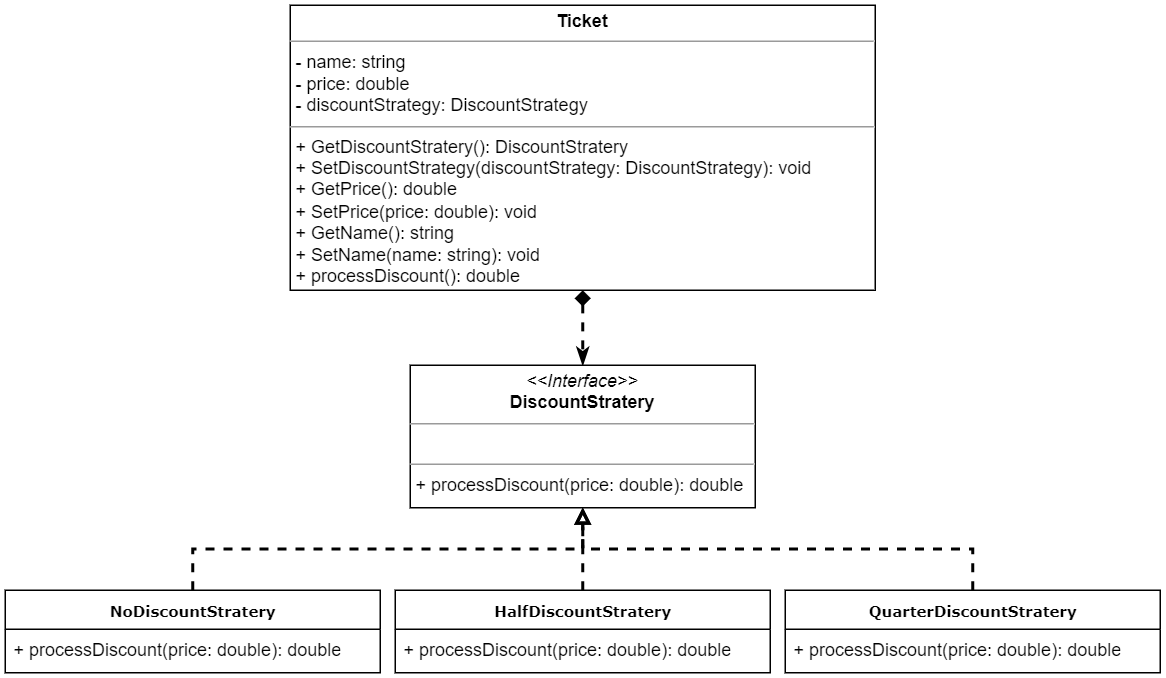
Earlier version of the draw.io export Strategy/Strategy_UML.png (PQD-11/Images). Source tidied: cells renumbered, new cells last; positions are measured from the earlier drawing's top-left corner, leaving out a move shared by most shapes.
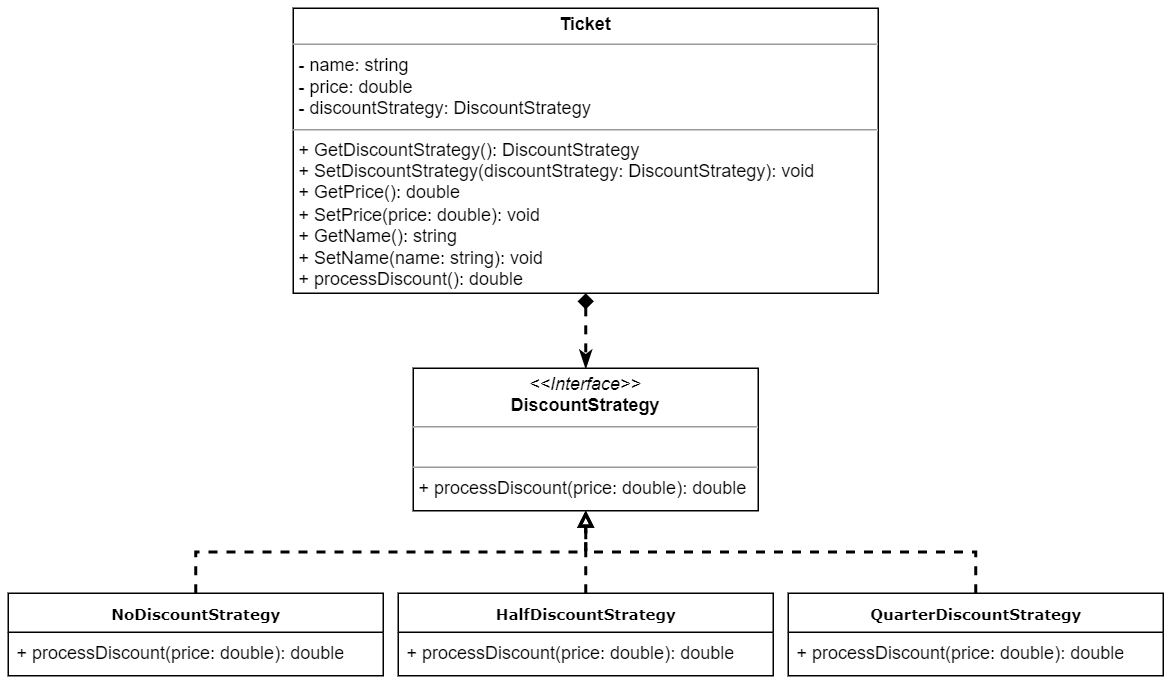
Above is the later version.

Change to the diagram source:
```diff
@@ -5,16 +5,16 @@
     <mxCell id="2" style="edgeStyle=orthogonalEdgeStyle;jettySize=auto;html=1;exitX=0.5;exitY=1;exitDx=0;exitDy=0;entryX=0.5;entryY=0;entryDx=0;entryDy=0;rounded=0;endArrow=classicThin;endFill=1;startArrow=diamond;startFill=1;strokeWidth=2;dashed=1;" parent="1" edge="1" source="3" target="4">
       <mxGeometry relative="1" as="geometry" />
     </mxCell>
-    <mxCell id="3" value="&lt;p style=&quot;margin:0px;margin-top:4px;text-align:center;&quot;&gt;&lt;b style=&quot;&quot;&gt;Ticket&lt;/b&gt;&lt;/p&gt;&lt;hr size=&quot;1&quot;&gt;&lt;p style=&quot;margin:0px;margin-left:4px;&quot;&gt;- name: string&lt;/p&gt;&lt;p style=&quot;margin:0px;margin-left:4px;&quot;&gt;- price: double&lt;/p&gt;&lt;p style=&quot;margin:0px;margin-left:4px;&quot;&gt;- discountStrategy: DiscountStrategy&lt;/p&gt;&lt;hr size=&quot;1&quot;&gt;&lt;p style=&quot;margin:0px;margin-left:4px;&quot;&gt;+ GetDiscountStratery(): DiscountStratery&lt;/p&gt;&lt;p style=&quot;margin:0px;margin-left:4px;&quot;&gt;+ SetDiscountStrategy(discountStrategy: DiscountStrategy&lt;span style=&quot;background-color: initial;&quot;&gt;): void&lt;/span&gt;&lt;/p&gt;&lt;p style=&quot;margin:0px;margin-left:4px;&quot;&gt;&lt;span style=&quot;background-color: initial;&quot;&gt;+ GetPrice(): double&lt;/span&gt;&lt;/p&gt;&lt;p style=&quot;margin:0px;margin-left:4px;&quot;&gt;&lt;span style=&quot;background-color: initial;&quot;&gt;+ SetPrice(price: double): void&lt;/span&gt;&lt;/p&gt;&lt;p style=&quot;margin:0px;margin-left:4px;&quot;&gt;&lt;span style=&quot;background-color: initial;&quot;&gt;+ GetName(): string&amp;nbsp;&lt;/span&gt;&lt;/p&gt;&lt;p style=&quot;margin:0px;margin-left:4px;&quot;&gt;&lt;span style=&quot;background-color: initial;&quot;&gt;+ SetName(name: string): void&lt;/span&gt;&lt;/p&gt;&lt;p style=&quot;margin:0px;margin-left:4px;&quot;&gt;&lt;span style=&quot;background-color: initial;&quot;&gt;+ processDiscount(): double&lt;/span&gt;&lt;/p&gt;&lt;div&gt;&lt;br&gt;&lt;/div&gt;" style="verticalAlign=top;align=left;overflow=fill;fontSize=12;fontFamily=Helvetica;html=1;rounded=0;shadow=0;comic=0;labelBackgroundColor=none;strokeWidth=1;" parent="1" vertex="1">
+    <mxCell id="3" value="&lt;p style=&quot;margin:0px;margin-top:4px;text-align:center;&quot;&gt;&lt;b style=&quot;&quot;&gt;Ticket&lt;/b&gt;&lt;/p&gt;&lt;hr size=&quot;1&quot;&gt;&lt;p style=&quot;margin:0px;margin-left:4px;&quot;&gt;- name: string&lt;/p&gt;&lt;p style=&quot;margin:0px;margin-left:4px;&quot;&gt;- price: double&lt;/p&gt;&lt;p style=&quot;margin:0px;margin-left:4px;&quot;&gt;- discountStrategy: DiscountStrategy&lt;/p&gt;&lt;hr size=&quot;1&quot;&gt;&lt;p style=&quot;margin:0px;margin-left:4px;&quot;&gt;+ GetDiscountStrategy(): DiscountStrategy&lt;/p&gt;&lt;p style=&quot;margin:0px;margin-left:4px;&quot;&gt;+ SetDiscountStrategy(discountStrategy: DiscountStrategy&lt;span style=&quot;background-color: initial;&quot;&gt;): void&lt;/span&gt;&lt;/p&gt;&lt;p style=&quot;margin:0px;margin-left:4px;&quot;&gt;&lt;span style=&quot;background-color: initial;&quot;&gt;+ GetPrice(): double&lt;/span&gt;&lt;/p&gt;&lt;p style=&quot;margin:0px;margin-left:4px;&quot;&gt;&lt;span style=&quot;background-color: initial;&quot;&gt;+ SetPrice(price: double): void&lt;/span&gt;&lt;/p&gt;&lt;p style=&quot;margin:0px;margin-left:4px;&quot;&gt;&lt;span style=&quot;background-color: initial;&quot;&gt;+ GetName(): string&amp;nbsp;&lt;/span&gt;&lt;/p&gt;&lt;p style=&quot;margin:0px;margin-left:4px;&quot;&gt;&lt;span style=&quot;background-color: initial;&quot;&gt;+ SetName(name: string): void&lt;/span&gt;&lt;/p&gt;&lt;p style=&quot;margin:0px;margin-left:4px;&quot;&gt;&lt;span style=&quot;background-color: initial;&quot;&gt;+ processDiscount(): double&lt;/span&gt;&lt;/p&gt;&lt;div&gt;&lt;br&gt;&lt;/div&gt;" style="verticalAlign=top;align=left;overflow=fill;fontSize=12;fontFamily=Helvetica;html=1;rounded=0;shadow=0;comic=0;labelBackgroundColor=none;strokeWidth=1;" parent="1" vertex="1">
       <mxGeometry x="190" width="390" height="190" as="geometry" />
     </mxCell>
-    <mxCell id="4" value="&lt;p style=&quot;margin:0px;margin-top:4px;text-align:center;&quot;&gt;&lt;i&gt;&amp;lt;&amp;lt;Interface&amp;gt;&amp;gt;&lt;/i&gt;&lt;br&gt;&lt;b&gt;DiscountStratery&lt;/b&gt;&lt;/p&gt;&lt;hr size=&quot;1&quot;&gt;&lt;p style=&quot;margin:0px;margin-left:4px;&quot;&gt;&lt;br&gt;&lt;/p&gt;&lt;hr size=&quot;1&quot;&gt;&lt;p style=&quot;margin:0px;margin-left:4px;&quot;&gt;+ processDiscount(price: double): double&lt;/p&gt;" style="verticalAlign=top;align=left;overflow=fill;fontSize=12;fontFamily=Helvetica;html=1;rounded=0;shadow=0;comic=0;labelBackgroundColor=none;strokeWidth=1;" parent="1" vertex="1">
+    <mxCell id="4" value="&lt;p style=&quot;margin:0px;margin-top:4px;text-align:center;&quot;&gt;&lt;i&gt;&amp;lt;&amp;lt;Interface&amp;gt;&amp;gt;&lt;/i&gt;&lt;br&gt;&lt;b&gt;DiscountStrategy&lt;/b&gt;&lt;/p&gt;&lt;hr size=&quot;1&quot;&gt;&lt;p style=&quot;margin:0px;margin-left:4px;&quot;&gt;&lt;br&gt;&lt;/p&gt;&lt;hr size=&quot;1&quot;&gt;&lt;p style=&quot;margin:0px;margin-left:4px;&quot;&gt;+ processDiscount(price: double): double&lt;/p&gt;" style="verticalAlign=top;align=left;overflow=fill;fontSize=12;fontFamily=Helvetica;html=1;rounded=0;shadow=0;comic=0;labelBackgroundColor=none;strokeWidth=1;" parent="1" vertex="1">
       <mxGeometry x="270" y="240" width="230" height="95" as="geometry" />
     </mxCell>
     <mxCell id="5" style="edgeStyle=orthogonalEdgeStyle;rounded=0;jettySize=auto;html=1;exitX=0.5;exitY=0;exitDx=0;exitDy=0;entryX=0.5;entryY=1;entryDx=0;entryDy=0;dashed=1;endArrow=block;endFill=0;strokeWidth=2;" parent="1" edge="1" source="6" target="4">
       <mxGeometry relative="1" as="geometry" />
     </mxCell>
-    <mxCell id="6" value="&lt;b&gt;NoDiscountStratery&lt;/b&gt;" style="swimlane;html=1;fontStyle=0;horizontal=1;startSize=26;fillColor=none;swimlaneFillColor=#ffffff;rounded=0;shadow=0;comic=0;labelBackgroundColor=none;strokeWidth=1;fontFamily=Verdana;fontSize=10;align=center;" parent="1" vertex="1">
+    <mxCell id="6" value="&lt;b&gt;NoDiscountStrategy&lt;/b&gt;" style="swimlane;html=1;fontStyle=0;horizontal=1;startSize=26;fillColor=none;swimlaneFillColor=#ffffff;rounded=0;shadow=0;comic=0;labelBackgroundColor=none;strokeWidth=1;fontFamily=Verdana;fontSize=10;align=center;" parent="1" vertex="1">
       <mxGeometry y="390" width="250" height="55" as="geometry" />
     </mxCell>
     <mxCell id="7" value="+ processDiscount(price: double): double" style="text;html=1;strokeColor=none;fillColor=none;align=left;verticalAlign=top;spacingLeft=4;spacingRight=4;whiteSpace=wrap;overflow=hidden;" parent="6" vertex="1">
@@ -23,7 +23,7 @@
     <mxCell id="8" style="edgeStyle=orthogonalEdgeStyle;rounded=0;jettySize=auto;html=1;exitX=0.5;exitY=0;exitDx=0;exitDy=0;entryX=0.5;entryY=1;entryDx=0;entryDy=0;dashed=1;endArrow=block;endFill=0;strokeWidth=2;" parent="1" edge="1" source="9" target="4">
       <mxGeometry relative="1" as="geometry" />
     </mxCell>
-    <mxCell id="9" value="&lt;b&gt;HalfDiscountStratery&lt;/b&gt;" style="swimlane;html=1;fontStyle=0;horizontal=1;startSize=26;fillColor=none;swimlaneFillColor=#ffffff;rounded=0;shadow=0;comic=0;labelBackgroundColor=none;strokeWidth=1;fontFamily=Verdana;fontSize=10;align=center;" parent="1" vertex="1">
+    <mxCell id="9" value="&lt;b&gt;HalfDiscountStrategy&lt;/b&gt;" style="swimlane;html=1;fontStyle=0;horizontal=1;startSize=26;fillColor=none;swimlaneFillColor=#ffffff;rounded=0;shadow=0;comic=0;labelBackgroundColor=none;strokeWidth=1;fontFamily=Verdana;fontSize=10;align=center;" parent="1" vertex="1">
       <mxGeometry x="260" y="390" width="250" height="55" as="geometry" />
     </mxCell>
     <mxCell id="10" value="+ processDiscount(price: double): double" style="text;html=1;strokeColor=none;fillColor=none;align=left;verticalAlign=top;spacingLeft=4;spacingRight=4;whiteSpace=wrap;overflow=hidden;" parent="9" vertex="1">
@@ -32,7 +32,7 @@
     <mxCell id="11" style="edgeStyle=orthogonalEdgeStyle;rounded=0;jettySize=auto;html=1;exitX=0.5;exitY=0;exitDx=0;exitDy=0;entryX=0.5;entryY=1;entryDx=0;entryDy=0;dashed=1;endArrow=block;endFill=0;strokeWidth=2;" parent="1" edge="1" source="12" target="4">
       <mxGeometry relative="1" as="geometry" />
     </mxCell>
-    <mxCell id="12" value="&lt;b&gt;QuarterDiscountStratery&lt;/b&gt;" style="swimlane;html=1;fontStyle=0;horizontal=1;startSize=26;fillColor=none;swimlaneFillColor=#ffffff;rounded=0;shadow=0;comic=0;labelBackgroundColor=none;strokeWidth=1;fontFamily=Verdana;fontSize=10;align=center;" parent="1" vertex="1">
+    <mxCell id="12" value="&lt;b&gt;QuarterDiscountStrategy&lt;/b&gt;" style="swimlane;html=1;fontStyle=0;horizontal=1;startSize=26;fillColor=none;swimlaneFillColor=#ffffff;rounded=0;shadow=0;comic=0;labelBackgroundColor=none;strokeWidth=1;fontFamily=Verdana;fontSize=10;align=center;" parent="1" vertex="1">
       <mxGeometry x="520" y="390" width="250" height="55" as="geometry" />
     </mxCell>
     <mxCell id="13" value="+ processDiscount(price: double): double" style="text;html=1;strokeColor=none;fillColor=none;align=left;verticalAlign=top;spacingLeft=4;spacingRight=4;whiteSpace=wrap;overflow=hidden;" parent="12" vertex="1">
```
